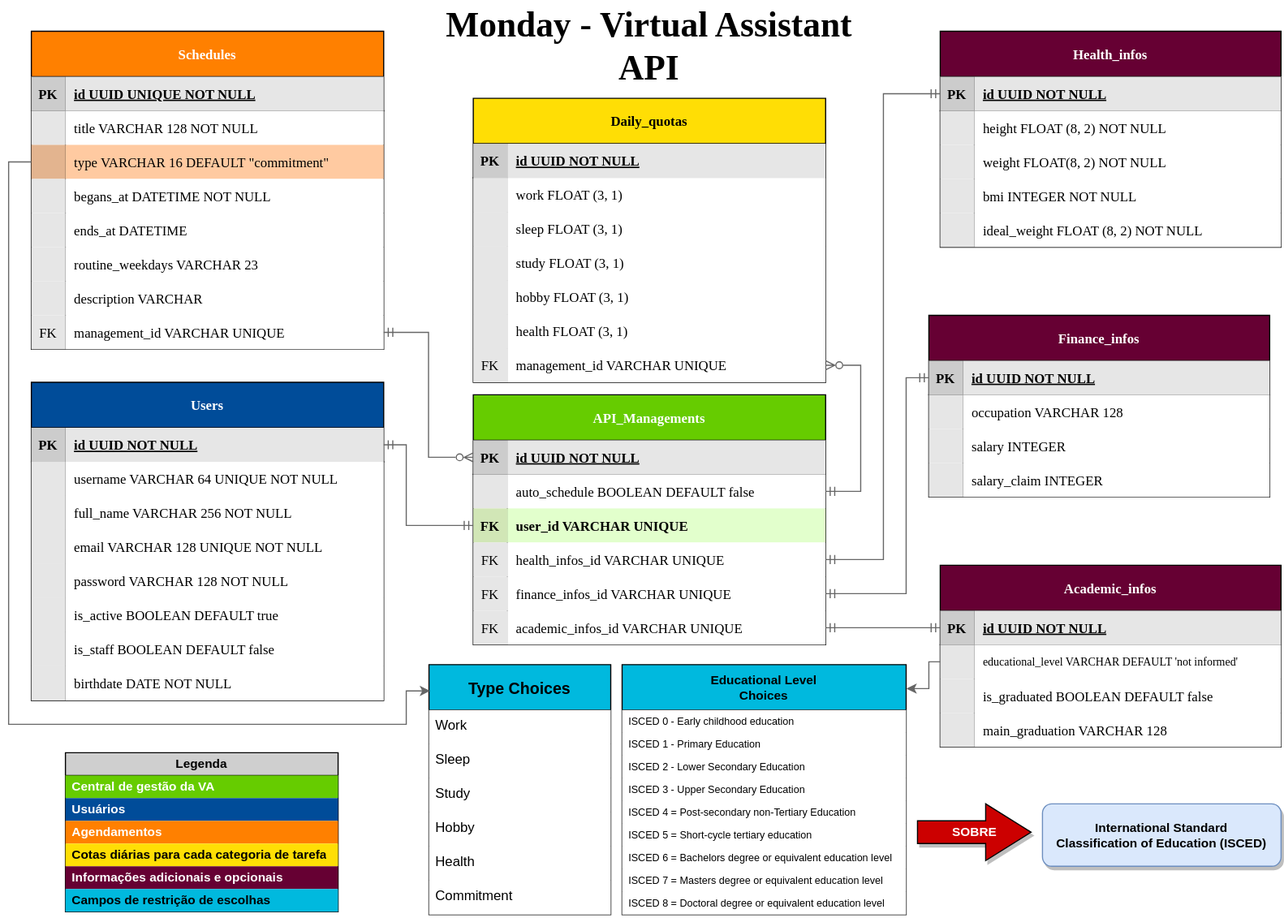
Virtual-Assistance-Project/Virtual-Assistance-Project-Monday-VA keeps this draw.io diagram as ERD-Monday_VA.svg. Above is the earlier version. Source tidied: cells renumbered, new cells last; positions are measured from the earlier drawing's top-left corner, leaving out a move shared by most shapes.
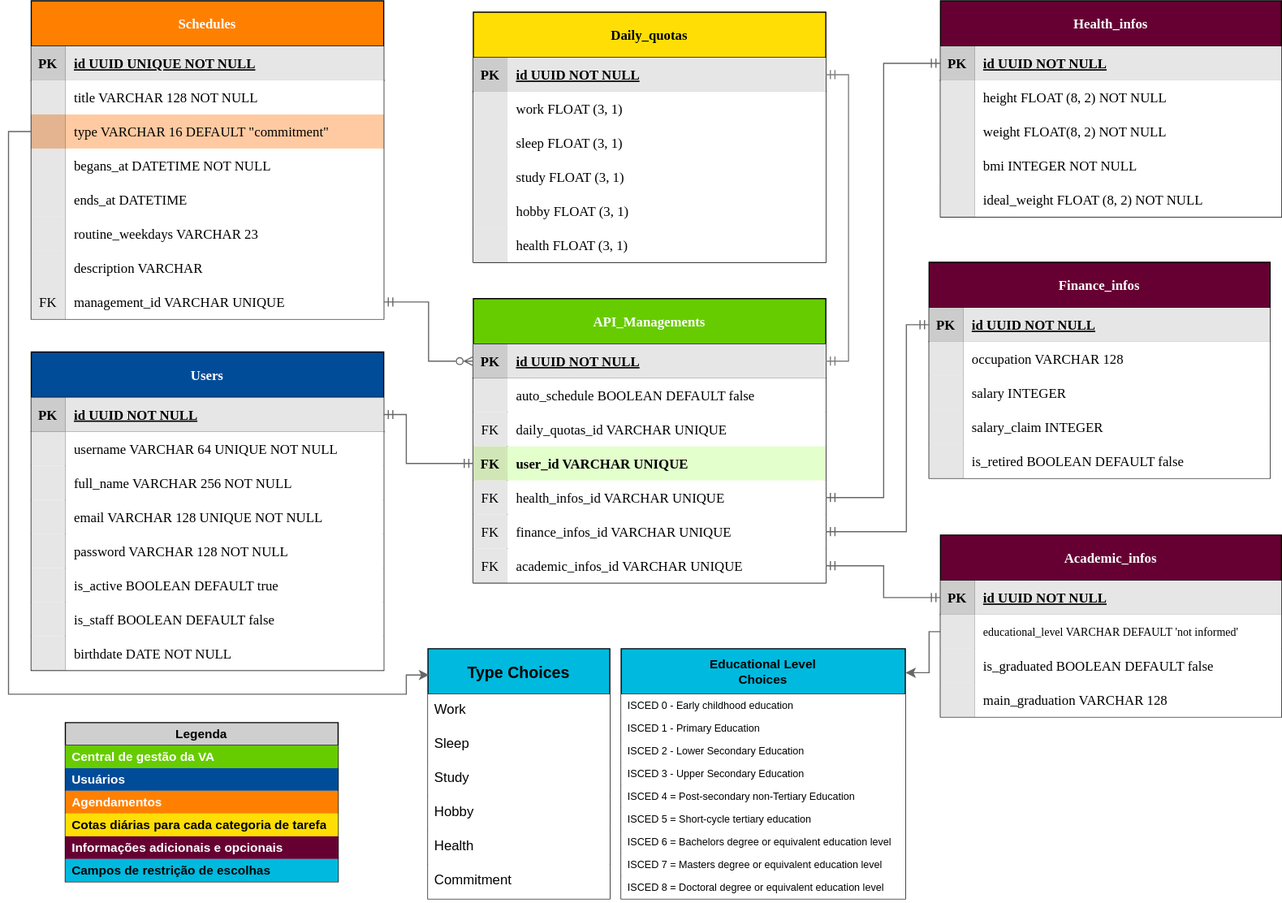
Later version of the same file.

Commit message:
CHORE(README.md): Initialization & Intro ERD sections

The edit, as a diff of the source:
```diff
@@ -78,7 +78,7 @@
       <mxGeometry x="30" width="280.1" height="30" as="geometry" />
     </mxCell>
     <mxCell id="27" value="Type Choices" style="swimlane;fontStyle=1;horizontal=1;startSize=40;align=center;fontSize=14;rounded=0;strokeColor=#000000;fontColor=#000000;fillColor=#00B9DE;swimlaneLine=1;" parent="1" vertex="1">
-      <mxGeometry x="370" y="584.5" width="160" height="220" as="geometry" />
+      <mxGeometry x="369.1" y="597" width="160" height="220" as="geometry" />
     </mxCell>
     <mxCell id="28" value="Work" style="text;strokeColor=none;fillColor=default;spacingLeft=4;spacingRight=4;overflow=hidden;fontSize=12;rounded=0;fontColor=#000000;" parent="27" vertex="1">
       <mxGeometry y="40" width="160" height="30" as="geometry" />
@@ -222,7 +222,7 @@
       <mxGeometry x="30" width="270" height="30" as="geometry" />
     </mxCell>
     <mxCell id="75" value="Finance_infos" style="shape=table;startSize=40;rowLines=0;fontStyle=1;align=center;labelBackgroundColor=none;labelBorderColor=none;verticalAlign=middle;horizontal=1;fontFamily=Verdana;rounded=0;fillColor=#660033;fontColor=#FFFFFF;" parent="1" vertex="1">
-      <mxGeometry x="810" y="277" width="300" height="160" as="geometry" />
+      <mxGeometry x="810" y="257" width="300" height="190" as="geometry" />
     </mxCell>
     <mxCell id="76" style="shape=tableRow;horizontal=1;startSize=0;swimlaneHead=0;swimlaneBody=0;fillColor=none;points=[[0,0.5],[1,0.5]];portConstraint=eastwest;top=0;left=0;right=0;bottom=1;labelBackgroundColor=none;labelBorderColor=none;verticalAlign=middle;fontFamily=Verdana;rounded=1;strokeColor=#000000;fontColor=#000000;" parent="75" vertex="1">
       <mxGeometry y="40" width="300" height="30" as="geometry" />
@@ -260,8 +260,17 @@
     <mxCell id="87" value="salary_claim INTEGER" style="shape=partialRectangle;fillColor=default;top=0;left=0;bottom=0;right=0;align=left;spacingLeft=6;overflow=hidden;labelBackgroundColor=none;labelBorderColor=none;verticalAlign=middle;horizontal=1;fontFamily=Verdana;rounded=1;strokeColor=#000000;fontColor=#000000;" parent="85" vertex="1">
       <mxGeometry x="30" width="270" height="30" as="geometry" />
     </mxCell>
+    <mxCell id="170" style="shape=tableRow;horizontal=1;startSize=0;swimlaneHead=0;swimlaneBody=0;fillColor=none;top=0;left=0;right=0;bottom=0;labelBackgroundColor=none;labelBorderColor=none;verticalAlign=middle;fontFamily=Verdana;rounded=1;strokeColor=#000000;fontColor=#000000;" parent="75" vertex="1">
+      <mxGeometry y="160" width="300" height="30" as="geometry" />
+    </mxCell>
+    <mxCell id="171" style="shape=partialRectangle;fillColor=#E6E6E6;top=0;left=0;bottom=0;right=0;overflow=hidden;labelBackgroundColor=none;labelBorderColor=none;verticalAlign=middle;horizontal=1;fontFamily=Verdana;rounded=1;strokeColor=#000000;fontColor=#000000;" parent="170" vertex="1">
+      <mxGeometry width="30" height="30" as="geometry" />
+    </mxCell>
+    <mxCell id="172" value="is_retired BOOLEAN DEFAULT false" style="shape=partialRectangle;fillColor=default;top=0;left=0;bottom=0;right=0;align=left;spacingLeft=6;overflow=hidden;labelBackgroundColor=none;labelBorderColor=none;verticalAlign=middle;horizontal=1;fontFamily=Verdana;rounded=1;strokeColor=#000000;fontColor=#000000;" parent="170" vertex="1">
+      <mxGeometry x="30" width="270" height="30" as="geometry" />
+    </mxCell>
     <mxCell id="88" value="API_Managements" style="shape=table;startSize=40;rowLines=0;fontStyle=1;align=center;labelBackgroundColor=none;labelBorderColor=none;verticalAlign=middle;horizontal=1;fontFamily=Verdana;rounded=0;fillColor=#66CC00;fontColor=#FFFFFF;" parent="1" vertex="1">
-      <mxGeometry x="409" y="347" width="310.1" height="220" as="geometry" />
+      <mxGeometry x="409" y="289" width="310.1" height="250" as="geometry" />
     </mxCell>
     <mxCell id="89" style="shape=tableRow;horizontal=1;startSize=0;swimlaneHead=0;swimlaneBody=0;fillColor=none;points=[[0,0.5],[1,0.5]];portConstraint=eastwest;top=0;left=0;right=0;bottom=1;labelBackgroundColor=none;labelBorderColor=none;verticalAlign=middle;fontFamily=Verdana;rounded=1;strokeColor=#000000;fontColor=#000000;" parent="88" vertex="1">
       <mxGeometry y="40" width="310.1" height="30" as="geometry" />
@@ -281,8 +290,17 @@
     <mxCell id="94" value="auto_schedule BOOLEAN DEFAULT false" style="shape=partialRectangle;fillColor=#FFFFFF;top=0;left=0;bottom=0;right=0;align=left;spacingLeft=6;overflow=hidden;labelBackgroundColor=none;labelBorderColor=none;verticalAlign=middle;horizontal=1;fontFamily=Verdana;rounded=1;strokeColor=#000000;fontColor=#000000;fontStyle=0;" parent="92" vertex="1">
       <mxGeometry x="30" width="280.1" height="30" as="geometry" />
     </mxCell>
+    <mxCell id="173" style="shape=tableRow;horizontal=1;startSize=0;swimlaneHead=0;swimlaneBody=0;fillColor=none;top=0;left=0;right=0;bottom=0;labelBackgroundColor=none;labelBorderColor=none;verticalAlign=middle;fontFamily=Verdana;rounded=1;strokeColor=#000000;fontColor=#000000;" parent="88" vertex="1">
+      <mxGeometry y="100" width="310.1" height="30" as="geometry" />
+    </mxCell>
+    <mxCell id="127" value="FK" style="shape=partialRectangle;fillColor=#E6E6E6;top=0;left=0;bottom=0;right=0;overflow=hidden;labelBackgroundColor=none;labelBorderColor=none;verticalAlign=middle;horizontal=1;fontFamily=Verdana;rounded=1;strokeColor=#000000;fontColor=#000000;fontStyle=0;" parent="173" vertex="1">
+      <mxGeometry width="30" height="30" as="geometry" />
+    </mxCell>
+    <mxCell id="174" value="daily_quotas_id VARCHAR UNIQUE" style="shape=partialRectangle;fillColor=#FFFFFF;top=0;left=0;bottom=0;right=0;align=left;spacingLeft=6;overflow=hidden;labelBackgroundColor=none;labelBorderColor=none;verticalAlign=middle;horizontal=1;fontFamily=Verdana;rounded=1;strokeColor=#000000;fontColor=#000000;fontStyle=0;" parent="173" vertex="1">
+      <mxGeometry x="30" width="280.1" height="30" as="geometry" />
+    </mxCell>
     <mxCell id="95" style="shape=tableRow;horizontal=1;startSize=0;swimlaneHead=0;swimlaneBody=0;fillColor=none;points=[[0,0.5],[1,0.5]];portConstraint=eastwest;top=0;left=0;right=0;bottom=0;labelBackgroundColor=none;labelBorderColor=none;verticalAlign=middle;fontFamily=Verdana;rounded=1;strokeColor=#000000;fontColor=#000000;" parent="88" vertex="1">
-      <mxGeometry y="100" width="310.1" height="30" as="geometry" />
+      <mxGeometry y="130" width="310.1" height="30" as="geometry" />
     </mxCell>
     <mxCell id="96" value="FK" style="shape=partialRectangle;fillColor=#D1E6B6;top=0;left=0;bottom=0;right=0;overflow=hidden;labelBackgroundColor=none;labelBorderColor=none;verticalAlign=middle;horizontal=1;fontFamily=Verdana;rounded=1;strokeColor=#000000;fontColor=#000000;fontStyle=1;" parent="95" vertex="1">
       <mxGeometry width="30" height="30" as="geometry" />
@@ -291,7 +309,7 @@
       <mxGeometry x="30" width="280.1" height="30" as="geometry" />
     </mxCell>
     <mxCell id="98" style="shape=tableRow;horizontal=1;startSize=0;swimlaneHead=0;swimlaneBody=0;fillColor=none;points=[[0,0.5],[1,0.5]];portConstraint=eastwest;top=0;left=0;right=0;bottom=0;labelBackgroundColor=none;labelBorderColor=none;verticalAlign=middle;fontFamily=Verdana;rounded=1;strokeColor=#000000;fontColor=#000000;" parent="88" vertex="1">
-      <mxGeometry y="130" width="310.1" height="30" as="geometry" />
+      <mxGeometry y="160" width="310.1" height="30" as="geometry" />
     </mxCell>
     <mxCell id="99" value="FK" style="shape=partialRectangle;fillColor=#E6E6E6;top=0;left=0;bottom=0;right=0;overflow=hidden;labelBackgroundColor=none;labelBorderColor=none;verticalAlign=middle;horizontal=1;fontFamily=Verdana;rounded=1;strokeColor=#000000;fontColor=#000000;" parent="98" vertex="1">
       <mxGeometry width="30" height="30" as="geometry" />
@@ -300,7 +318,7 @@
       <mxGeometry x="30" width="280.1" height="30" as="geometry" />
     </mxCell>
     <mxCell id="101" style="shape=tableRow;horizontal=1;startSize=0;swimlaneHead=0;swimlaneBody=0;fillColor=none;points=[[0,0.5],[1,0.5]];portConstraint=eastwest;top=0;left=0;right=0;bottom=0;labelBackgroundColor=none;labelBorderColor=none;verticalAlign=middle;fontFamily=Verdana;rounded=1;strokeColor=#000000;fontColor=#000000;" parent="88" vertex="1">
-      <mxGeometry y="160" width="310.1" height="30" as="geometry" />
+      <mxGeometry y="190" width="310.1" height="30" as="geometry" />
     </mxCell>
     <mxCell id="102" value="FK" style="shape=partialRectangle;fillColor=#E6E6E6;top=0;left=0;bottom=0;right=0;overflow=hidden;labelBackgroundColor=none;labelBorderColor=none;verticalAlign=middle;horizontal=1;fontFamily=Verdana;rounded=1;strokeColor=#000000;fontColor=#000000;" parent="101" vertex="1">
       <mxGeometry width="30" height="30" as="geometry" />
@@ -309,7 +327,7 @@
       <mxGeometry x="30" width="280.1" height="30" as="geometry" />
     </mxCell>
     <mxCell id="104" style="shape=tableRow;horizontal=1;startSize=0;swimlaneHead=0;swimlaneBody=0;fillColor=none;points=[[0,0.5],[1,0.5]];portConstraint=eastwest;top=0;left=0;right=0;bottom=0;labelBackgroundColor=none;labelBorderColor=none;verticalAlign=middle;fontFamily=Verdana;rounded=1;strokeColor=#000000;fontColor=#000000;" parent="88" vertex="1">
-      <mxGeometry y="190" width="310.1" height="30" as="geometry" />
+      <mxGeometry y="220" width="310.1" height="30" as="geometry" />
     </mxCell>
     <mxCell id="105" value="FK" style="shape=partialRectangle;fillColor=#E6E6E6;top=0;left=0;bottom=0;right=0;overflow=hidden;labelBackgroundColor=none;labelBorderColor=none;verticalAlign=middle;horizontal=1;fontFamily=Verdana;rounded=1;strokeColor=#000000;fontColor=#000000;" parent="104" vertex="1">
       <mxGeometry width="30" height="30" as="geometry" />
@@ -318,7 +336,7 @@
       <mxGeometry x="30" width="280.1" height="30" as="geometry" />
     </mxCell>
     <mxCell id="107" value="Daily_quotas" style="shape=table;startSize=40;rowLines=0;fontStyle=1;align=center;labelBackgroundColor=none;labelBorderColor=none;verticalAlign=middle;horizontal=1;fontFamily=Verdana;rounded=0;fillColor=#FFDE05;fontColor=#000000;" parent="1" vertex="1">
-      <mxGeometry x="409" y="86" width="310.1" height="250" as="geometry" />
+      <mxGeometry x="409" y="37" width="310.1" height="220" as="geometry" />
     </mxCell>
     <mxCell id="108" style="shape=tableRow;horizontal=1;startSize=0;swimlaneHead=0;swimlaneBody=0;fillColor=none;points=[[0,0.5],[1,0.5]];portConstraint=eastwest;top=0;left=0;right=0;bottom=1;labelBackgroundColor=none;labelBorderColor=none;verticalAlign=middle;fontFamily=Verdana;rounded=1;strokeColor=#000000;fontColor=#000000;" parent="107" vertex="1">
       <mxGeometry y="40" width="310.1" height="30" as="geometry" />
@@ -374,19 +392,10 @@
     <mxCell id="125" value="health FLOAT (3, 1)" style="shape=partialRectangle;fillColor=default;top=0;left=0;bottom=0;right=0;align=left;spacingLeft=6;overflow=hidden;labelBackgroundColor=none;labelBorderColor=none;verticalAlign=middle;horizontal=1;fontFamily=Verdana;rounded=1;strokeColor=#000000;fontColor=#000000;" parent="123" vertex="1">
       <mxGeometry x="30" width="280.1" height="30" as="geometry" />
     </mxCell>
-    <mxCell id="126" style="shape=tableRow;horizontal=1;startSize=0;swimlaneHead=0;swimlaneBody=0;fillColor=none;points=[[0,0.5],[1,0.5]];portConstraint=eastwest;top=0;left=0;right=0;bottom=0;labelBackgroundColor=none;labelBorderColor=none;verticalAlign=middle;fontFamily=Verdana;rounded=1;strokeColor=#000000;fontColor=#000000;" parent="107" vertex="1">
-      <mxGeometry y="220" width="310.1" height="30" as="geometry" />
-    </mxCell>
-    <mxCell id="127" value="FK" style="shape=partialRectangle;fillColor=#E6E6E6;top=0;left=0;bottom=0;right=0;overflow=hidden;labelBackgroundColor=none;labelBorderColor=none;verticalAlign=middle;horizontal=1;fontFamily=Verdana;rounded=1;strokeColor=#000000;fontColor=#000000;" parent="126" vertex="1">
-      <mxGeometry width="30" height="30" as="geometry" />
-    </mxCell>
-    <mxCell id="128" value="management_id VARCHAR UNIQUE" style="shape=partialRectangle;fillColor=default;top=0;left=0;bottom=0;right=0;align=left;spacingLeft=6;overflow=hidden;labelBackgroundColor=none;labelBorderColor=none;verticalAlign=middle;horizontal=1;fontFamily=Verdana;rounded=1;strokeColor=#000000;fontColor=#000000;" parent="126" vertex="1">
-      <mxGeometry x="30" width="280.1" height="30" as="geometry" />
-    </mxCell>
-    <mxCell id="129" style="edgeStyle=orthogonalEdgeStyle;rounded=0;jettySize=auto;html=1;entryX=1;entryY=0.5;entryDx=0;entryDy=0;strokeColor=#666666;fontSize=12;fontColor=#FFFFFF;startArrow=ERmandOne;startFill=0;endArrow=ERzeroToMany;endFill=0;fillColor=#FF3333;exitX=1;exitY=0.5;exitDx=0;exitDy=0;" parent="1" edge="1" source="92" target="126">
+    <mxCell id="129" style="edgeStyle=orthogonalEdgeStyle;rounded=0;jettySize=auto;html=1;entryX=1;entryY=0.5;entryDx=0;entryDy=0;strokeColor=#666666;fontSize=12;fontColor=#FFFFFF;startArrow=ERmandOne;startFill=0;endArrow=ERmandOne;endFill=0;fillColor=#FF3333;exitX=1;exitY=0.5;exitDx=0;exitDy=0;" parent="1" edge="1" source="89">
       <mxGeometry x="0.21" y="-10" relative="1" as="geometry">
         <Array as="points">
-          <mxPoint x="750" y="432" />
+          <mxPoint x="750" y="402" />
           <mxPoint x="750" y="321" />
         </Array>
       </mxGeometry>
@@ -395,22 +404,22 @@
       <mxGeometry relative="1" as="geometry">
         <Array as="points">
           <mxPoint x="350" y="391" />
-          <mxPoint x="350" y="462" />
+          <mxPoint x="350" y="434" />
         </Array>
       </mxGeometry>
     </mxCell>
     <mxCell id="131" style="edgeStyle=orthogonalEdgeStyle;rounded=0;jettySize=auto;html=1;entryX=0;entryY=0.5;entryDx=0;entryDy=0;strokeColor=#666666;startArrow=ERmandOne;startFill=0;endArrow=ERmandOne;endFill=0;exitX=1;exitY=0.5;exitDx=0;exitDy=0;" parent="1" edge="1" source="101" target="76">
       <mxGeometry relative="1" as="geometry">
         <Array as="points">
-          <mxPoint x="790" y="522" />
-          <mxPoint x="790" y="332" />
+          <mxPoint x="790" y="494" />
+          <mxPoint x="790" y="312" />
         </Array>
       </mxGeometry>
     </mxCell>
     <mxCell id="132" style="edgeStyle=orthogonalEdgeStyle;rounded=0;jettySize=auto;html=1;entryX=0;entryY=0.5;entryDx=0;entryDy=0;strokeColor=#666666;startArrow=ERmandOne;startFill=0;endArrow=ERmandOne;endFill=0;exitX=1;exitY=0.5;exitDx=0;exitDy=0;" parent="1" edge="1" source="98" target="60">
       <mxGeometry relative="1" as="geometry">
         <Array as="points">
-          <mxPoint x="770" y="492" />
+          <mxPoint x="770" y="464" />
           <mxPoint x="770" y="82" />
         </Array>
       </mxGeometry>
@@ -457,13 +466,13 @@
     <mxCell id="146" style="edgeStyle=orthogonalEdgeStyle;rounded=0;jettySize=auto;html=1;exitX=0;exitY=0.5;exitDx=0;exitDy=0;strokeColor=#666666;fontSize=10;startArrow=ERmandOne;startFill=0;endArrow=ERmandOne;endFill=0;entryX=1;entryY=0.5;entryDx=0;entryDy=0;" parent="1" edge="1" source="134" target="104">
       <mxGeometry relative="1" as="geometry">
         <Array as="points">
-          <mxPoint x="760" y="552" />
-          <mxPoint x="760" y="552" />
+          <mxPoint x="770" y="552" />
+          <mxPoint x="770" y="524" />
         </Array>
       </mxGeometry>
     </mxCell>
     <mxCell id="147" value="Educational Level&#10;Choices" style="swimlane;fontStyle=1;horizontal=1;startSize=40;align=center;fontSize=11;rounded=0;strokeColor=#000000;fontColor=#000000;fillColor=#00B9DE;swimlaneLine=1;" parent="1" vertex="1">
-      <mxGeometry x="540" y="584.5" width="250" height="220" as="geometry" />
+      <mxGeometry x="539.1" y="597" width="250" height="220" as="geometry" />
     </mxCell>
     <mxCell id="148" value="ISCED 0 - Early childhood education" style="text;strokeColor=none;fillColor=default;spacingLeft=4;spacingRight=4;overflow=hidden;fontSize=9;rounded=0;fontColor=#000000;verticalAlign=middle;horizontal=1;spacing=2;spacingBottom=0;" parent="147" vertex="1">
       <mxGeometry y="40" width="250" height="20" as="geometry" />
@@ -496,24 +505,17 @@
       <mxGeometry relative="1" as="geometry">
         <Array as="points">
           <mxPoint x="810" y="582" />
-          <mxPoint x="810" y="606" />
-          <mxPoint x="790" y="606" />
+          <mxPoint x="810" y="618" />
         </Array>
       </mxGeometry>
     </mxCell>
-    <mxCell id="158" value="&lt;font color=&quot;#ffffff&quot;&gt;&lt;b&gt;SOBRE&lt;/b&gt;&lt;/font&gt;" style="html=1;shadow=1;dashed=0;align=center;verticalAlign=middle;shape=mxgraph.arrows2.arrow;dy=0.6;dx=40;notch=0;sketch=0;fontSize=11;fillColor=#CC0000;" parent="1" vertex="1">
-      <mxGeometry x="800" y="707" width="100" height="50" as="geometry" />
-    </mxCell>
-    <mxCell id="159" value="International Standard &#10;Classification of Education (ISCED)" style="fontStyle=1;rounded=1;overflow=hidden;spacing=10;shadow=1;labelBackgroundColor=none;sketch=0;fontSize=11;fillColor=#dae8fc;strokeColor=#6c8ebf;" parent="1" vertex="1">
-      <mxGeometry x="910" y="707" width="210" height="55" as="geometry" />
-    </mxCell>
     <mxCell id="160" style="edgeStyle=orthogonalEdgeStyle;rounded=0;jettySize=auto;html=1;exitX=0;exitY=0.5;exitDx=0;exitDy=0;entryX=0.006;entryY=0.105;entryDx=0;entryDy=0;entryPerimeter=0;strokeColor=#666666;fontSize=11;fontColor=#FFFFFF;" parent="1" edge="1" source="41" target="27">
       <mxGeometry relative="1" as="geometry">
         <Array as="points">
           <mxPoint y="142" />
           <mxPoint y="637" />
           <mxPoint x="350" y="637" />
-          <mxPoint x="350" y="608" />
+          <mxPoint x="350" y="620" />
         </Array>
       </mxGeometry>
     </mxCell>
@@ -541,8 +543,8 @@
     <mxCell id="168" value="Campos de restrição de escolhas" style="text;strokeColor=none;fillColor=#00B9DE;align=left;verticalAlign=middle;spacingLeft=4;spacingRight=4;overflow=hidden;whiteSpace=wrap;html=1;shadow=0;labelBackgroundColor=none;sketch=0;fontSize=11;fontColor=#000000;fontStyle=1;" parent="162" vertex="1">
       <mxGeometry y="120" width="240" height="20" as="geometry" />
     </mxCell>
-    <mxCell id="169" value="&lt;span style=&quot;font-size: 31px;&quot;&gt;Monday - Virtual Assistant API&lt;/span&gt;" style="text;html=1;strokeColor=none;fillColor=#FFFFFF;align=center;verticalAlign=middle;whiteSpace=wrap;rounded=1;shadow=0;labelBackgroundColor=none;sketch=0;fontSize=31;fontColor=#000000;fontStyle=1;fontFamily=Verdana;opacity=50;" parent="1" vertex="1">
-      <mxGeometry x="369.1" width="390" height="80" as="geometry" />
-    </mxCell>
+    <mxCell id="175" style="edgeStyle=orthogonalEdgeStyle;rounded=0;jettySize=auto;html=1;exitX=1;exitY=0.5;exitDx=0;exitDy=0;entryX=1;entryY=0.5;entryDx=0;entryDy=0;endArrow=ERmandOne;endFill=0;startArrow=ERmandOne;startFill=0;strokeColor=#808080;" parent="1" edge="1" source="108" target="89">
+      <mxGeometry relative="1" as="geometry" />
+    </mxCell>
   </root>
 </mxGraphModel>
```
